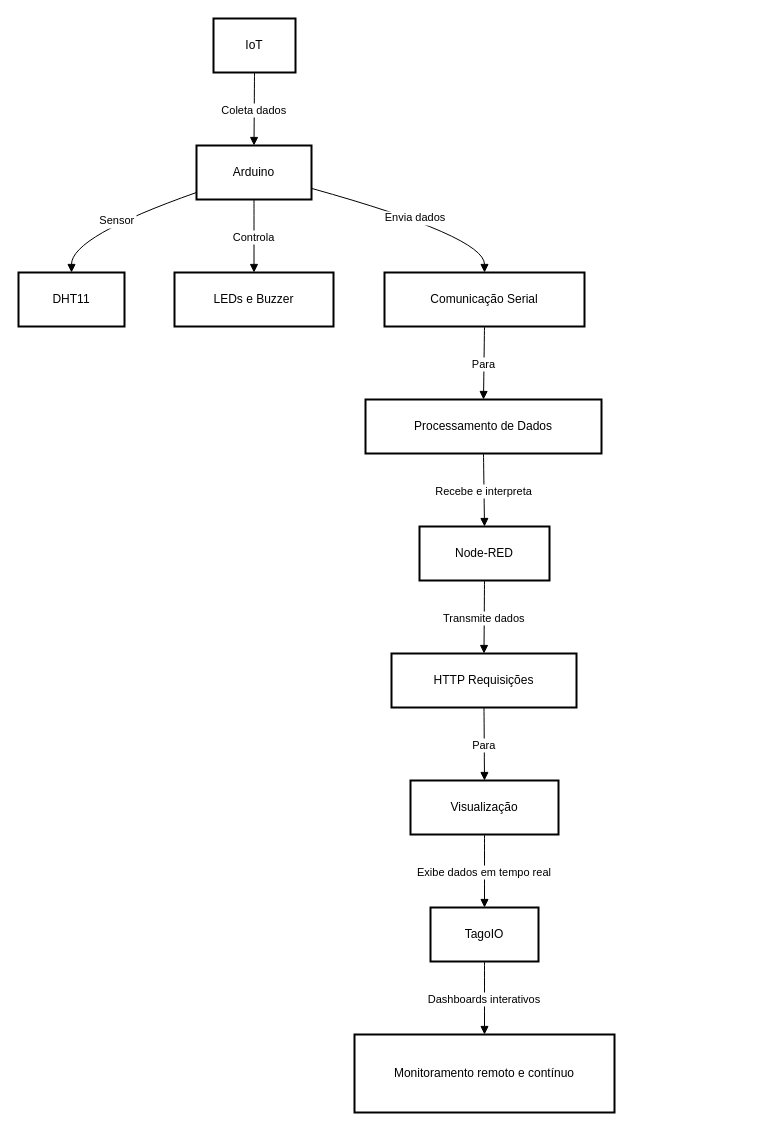
This is Diagrama sem nome.drawio from Luigilt20/agendfyAT, a draw.io file, before an edit. Source tidied: cells renumbered, new cells numbered last; positions are measured from the earlier drawing's top-left corner, leaving out a move shared by most shapes. Both pictures are drawn from the tidied source at 100%, with x=0, y=0 at pixel (18, 18).
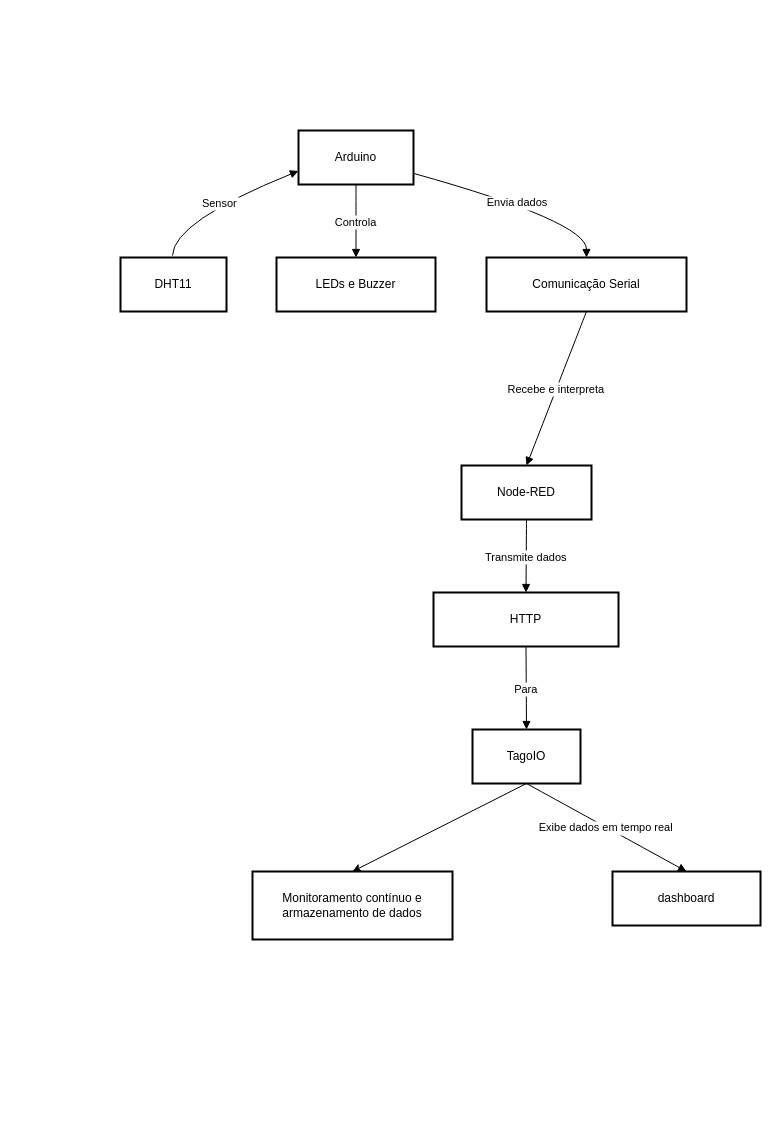
Above is the later version.

Diff of the diagram source:
```diff
@@
-    <mxCell id="2" value="IoT" style="whiteSpace=wrap;strokeWidth=2;" parent="1" vertex="1">
-      <mxGeometry x="195" width="82" height="54" as="geometry" />
-    </mxCell>
     <mxCell id="3" value="Arduino" style="whiteSpace=wrap;strokeWidth=2;" parent="1" vertex="1">
-      <mxGeometry x="178" y="127" width="115" height="54" as="geometry" />
+      <mxGeometry x="280" y="112" width="115" height="54" as="geometry" />
     </mxCell>
     <mxCell id="4" value="DHT11" style="whiteSpace=wrap;strokeWidth=2;" parent="1" vertex="1">
-      <mxGeometry y="254" width="106" height="54" as="geometry" />
+      <mxGeometry x="102" y="239" width="106" height="54" as="geometry" />
     </mxCell>
     <mxCell id="5" value="LEDs e Buzzer" style="whiteSpace=wrap;strokeWidth=2;" parent="1" vertex="1">
-      <mxGeometry x="156" y="254" width="159" height="54" as="geometry" />
+      <mxGeometry x="258" y="239" width="159" height="54" as="geometry" />
     </mxCell>
     <mxCell id="6" value="Comunicação Serial" style="whiteSpace=wrap;strokeWidth=2;" parent="1" vertex="1">
-      <mxGeometry x="366" y="254" width="200" height="54" as="geometry" />
+      <mxGeometry x="468" y="239" width="200" height="54" as="geometry" />
     </mxCell>
-    <mxCell id="7" value="Processamento de Dados" style="whiteSpace=wrap;strokeWidth=2;" parent="1" vertex="1">
-      <mxGeometry x="347" y="381" width="236" height="54" as="geometry" />
-    </mxCell>
     <mxCell id="8" value="Node-RED" style="whiteSpace=wrap;strokeWidth=2;" parent="1" vertex="1">
-      <mxGeometry x="401" y="508" width="130" height="54" as="geometry" />
+      <mxGeometry x="443" y="447" width="130" height="54" as="geometry" />
     </mxCell>
-    <mxCell id="9" value="HTTP Requisições" style="whiteSpace=wrap;strokeWidth=2;" parent="1" vertex="1">
-      <mxGeometry x="373" y="635" width="185" height="54" as="geometry" />
+    <mxCell id="9" value="HTTP" style="whiteSpace=wrap;strokeWidth=2;" parent="1" vertex="1">
+      <mxGeometry x="415" y="574" width="185" height="54" as="geometry" />
     </mxCell>
-    <mxCell id="10" value="Visualização" style="whiteSpace=wrap;strokeWidth=2;" parent="1" vertex="1">
-      <mxGeometry x="392" y="762" width="148" height="54" as="geometry" />
+    <mxCell id="10" value="dashboard" style="whiteSpace=wrap;strokeWidth=2;" parent="1" vertex="1">
+      <mxGeometry x="594" y="853" width="148" height="54" as="geometry" />
     </mxCell>
     <mxCell id="11" value="TagoIO" style="whiteSpace=wrap;strokeWidth=2;" parent="1" vertex="1">
-      <mxGeometry x="412" y="889" width="108" height="54" as="geometry" />
+      <mxGeometry x="454" y="711" width="108" height="54" as="geometry" />
     </mxCell>
-    <mxCell id="12" value="Monitoramento remoto e contínuo" style="whiteSpace=wrap;strokeWidth=2;" parent="1" vertex="1">
-      <mxGeometry x="336" y="1016" width="260" height="78" as="geometry" />
+    <mxCell id="12" value="Monitoramento contínuo e armazenamento de dados" style="whiteSpace=wrap;strokeWidth=2;" parent="1" vertex="1">
+      <mxGeometry x="234" y="853" width="200" height="68" as="geometry" />
     </mxCell>
-    <mxCell id="13" value="Coleta dados" style="curved=1;startArrow=none;endArrow=block;exitX=0.5;exitY=1;entryX=0.5;entryY=0;" parent="1" edge="1" source="2" target="3">
-      <mxGeometry relative="1" as="geometry" />
-    </mxCell>
-    <mxCell id="14" value="Sensor" style="curved=1;startArrow=none;endArrow=block;exitX=0;exitY=0.87;entryX=0.5;entryY=0;" parent="1" edge="1" source="3" target="4">
+    <mxCell id="14" value="Sensor" style="curved=1;startArrow=none;endArrow=block;entryX=0;entryY=0.75;entryDx=0;entryDy=0;" parent="1" edge="1" target="3">
       <mxGeometry relative="1" as="geometry">
+        <mxPoint x="154" y="237" as="sourcePoint" />
         <Array as="points">
-          <mxPoint x="53" y="218" />
+          <mxPoint x="155" y="203" />
         </Array>
       </mxGeometry>
     </mxCell>
@@
     <mxCell id="16" value="Envia dados" style="curved=1;startArrow=none;endArrow=block;exitX=1.01;exitY=0.8;entryX=0.5;entryY=0;" parent="1" edge="1" source="3" target="6">
       <mxGeometry relative="1" as="geometry">
         <Array as="points">
-          <mxPoint x="466" y="218" />
+          <mxPoint x="568" y="203" />
         </Array>
       </mxGeometry>
     </mxCell>
-    <mxCell id="17" value="Para" style="curved=1;startArrow=none;endArrow=block;exitX=0.5;exitY=1;entryX=0.5;entryY=0;" parent="1" edge="1" source="6" target="7">
-      <mxGeometry relative="1" as="geometry" />
-    </mxCell>
-    <mxCell id="18" value="Recebe e interpreta" style="curved=1;startArrow=none;endArrow=block;exitX=0.5;exitY=1;entryX=0.5;entryY=0;" parent="1" edge="1" source="7" target="8">
+    <mxCell id="18" value="Recebe e interpreta" style="curved=1;startArrow=none;endArrow=block;exitX=0.5;exitY=1;entryX=0.5;entryY=0;exitDx=0;exitDy=0;" parent="1" edge="1" source="6" target="8">
       <mxGeometry relative="1" as="geometry" />
     </mxCell>
@@
-    <mxCell id="20" value="Para" style="curved=1;startArrow=none;endArrow=block;exitX=0.5;exitY=1;entryX=0.5;entryY=0;" parent="1" edge="1" source="9" target="10">
+    <mxCell id="20" value="Para" style="curved=1;startArrow=none;endArrow=block;exitX=0.5;exitY=1;entryX=0.5;entryY=0;entryDx=0;entryDy=0;" parent="1" edge="1" source="9" target="11">
       <mxGeometry relative="1" as="geometry" />
     </mxCell>
-    <mxCell id="21" value="Exibe dados em tempo real" style="curved=1;startArrow=none;endArrow=block;exitX=0.5;exitY=1;entryX=0.5;entryY=0;" parent="1" edge="1" source="10" target="11">
+    <mxCell id="21" value="Exibe dados em tempo real" style="curved=1;startArrow=none;endArrow=block;entryX=0.5;entryY=0;entryDx=0;entryDy=0;exitX=0.5;exitY=1;exitDx=0;exitDy=0;" parent="1" edge="1" source="11" target="10">
       <mxGeometry relative="1" as="geometry" />
     </mxCell>
-    <mxCell id="22" value="Dashboards interativos" style="curved=1;startArrow=none;endArrow=block;exitX=0.5;exitY=1;entryX=0.5;entryY=0;" parent="1" edge="1" source="11" target="12">
+    <mxCell id="22" style="endArrow=classic;html=1;rounded=0;exitX=0.5;exitY=1;exitDx=0;exitDy=0;entryX=0.5;entryY=0;entryDx=0;entryDy=0;" parent="1" edge="1" source="11" target="12">
       <mxGeometry relative="1" as="geometry" />
     </mxCell>
```
